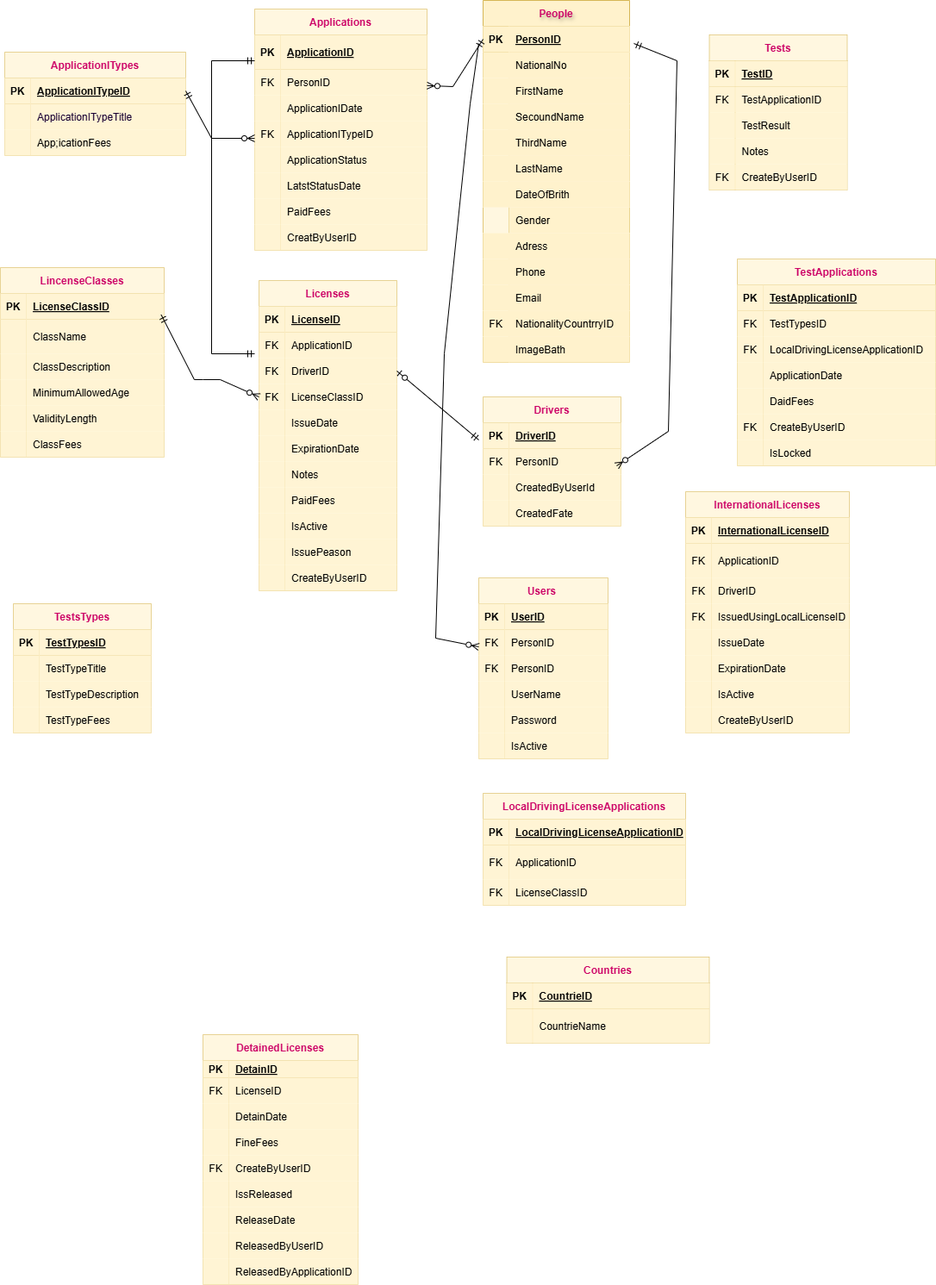
This is Untitled Diagram.drawio.png from azizadiab/Driving-License-Department, a draw.io export, as it was before one commit. Source tidied: cells renumbered, new cells last; positions are measured from the earlier drawing's top-left corner, leaving out a move shared by most shapes.
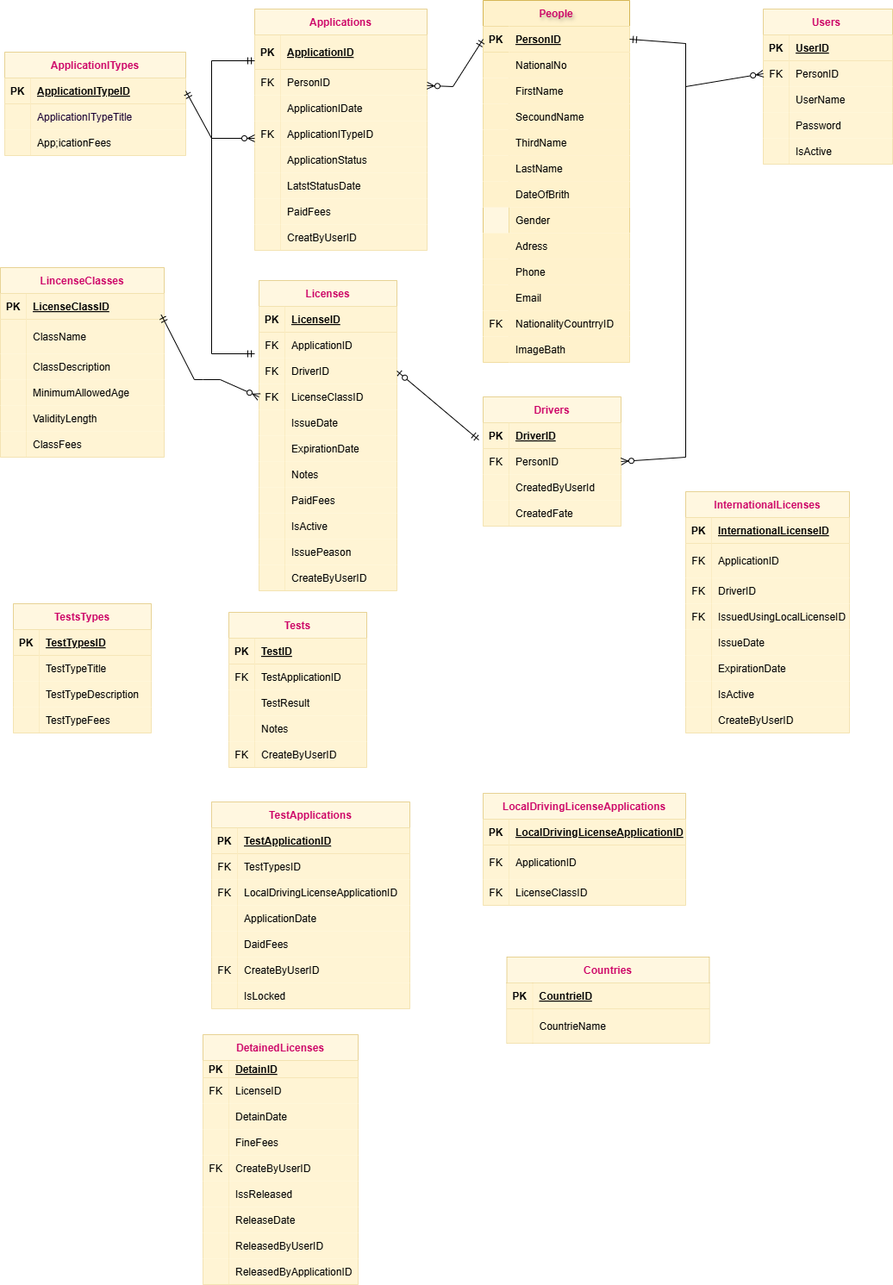
Above is the later version.

What changed in the source:
```diff
@@ -198,7 +198,7 @@
       <mxGeometry x="30" width="140" height="30" as="geometry" />
     </mxCell>
     <mxCell id="67" value="Users " style="shape=table;startSize=30;rowLines=0;fontStyle=1;align=center;opacity=60;fillColor=#fff2cc;strokeColor=#d6b656;fontColor=#CC0066;" parent="1" vertex="1">
-      <mxGeometry x="555" y="670" width="150" height="210" as="geometry" />
+      <mxGeometry x="885" y="10" width="150" height="180" as="geometry" />
     </mxCell>
     <mxCell id="68" style="shape=partialRectangle;fillColor=#fff2cc;top=0;left=0;right=0;bottom=1;opacity=60;strokeColor=#d6b656;" parent="67" vertex="1">
       <mxGeometry y="30" width="150" height="30" as="geometry" />
@@ -209,17 +209,8 @@
     <mxCell id="70" value="UserID" style="shape=partialRectangle;overflow=hidden;fillColor=#fff2cc;top=0;left=0;bottom=0;right=0;align=left;spacingLeft=6;fontStyle=5;opacity=60;strokeColor=#d6b656;" parent="68" vertex="1">
       <mxGeometry x="30" width="120" height="30" as="geometry" />
     </mxCell>
-    <mxCell id="71" style="shape=partialRectangle;fillColor=#fff2cc;top=0;left=0;right=0;bottom=0;opacity=60;strokeColor=#d6b656;" parent="67" vertex="1">
-      <mxGeometry y="60" width="150" height="30" as="geometry" />
-    </mxCell>
-    <mxCell id="72" value="FK" style="shape=partialRectangle;overflow=hidden;fillColor=#fff2cc;top=0;left=0;bottom=0;right=0;opacity=60;strokeColor=#d6b656;" parent="71" vertex="1">
-      <mxGeometry width="30" height="30" as="geometry" />
-    </mxCell>
-    <mxCell id="73" value="PersonID" style="shape=partialRectangle;overflow=hidden;fillColor=#fff2cc;top=0;left=0;bottom=0;right=0;align=left;spacingLeft=6;opacity=60;strokeColor=#d6b656;" parent="71" vertex="1">
-      <mxGeometry x="30" width="120" height="30" as="geometry" />
-    </mxCell>
     <mxCell id="74" style="shape=partialRectangle;fillColor=#fff2cc;points=[[0,0.5],[1,0.5]];portConstraint=eastwest;top=0;left=0;right=0;bottom=0;opacity=60;strokeColor=#d6b656;" parent="67" vertex="1">
-      <mxGeometry y="90" width="150" height="30" as="geometry" />
+      <mxGeometry y="60" width="150" height="30" as="geometry" />
     </mxCell>
     <mxCell id="75" value="FK" style="shape=partialRectangle;overflow=hidden;fillColor=#fff2cc;top=0;left=0;bottom=0;right=0;opacity=60;strokeColor=#d6b656;" parent="74" vertex="1">
       <mxGeometry width="30" height="30" as="geometry" />
@@ -228,7 +219,7 @@
       <mxGeometry x="30" width="120" height="30" as="geometry" />
     </mxCell>
     <mxCell id="77" style="shape=partialRectangle;fillColor=#fff2cc;top=0;left=0;right=0;bottom=0;opacity=60;strokeColor=#d6b656;" parent="67" vertex="1">
-      <mxGeometry y="120" width="150" height="30" as="geometry" />
+      <mxGeometry y="90" width="150" height="30" as="geometry" />
     </mxCell>
     <mxCell id="78" style="shape=partialRectangle;overflow=hidden;fillColor=#fff2cc;top=0;left=0;bottom=0;right=0;opacity=60;strokeColor=#d6b656;" parent="77" vertex="1">
       <mxGeometry width="30" height="30" as="geometry" />
@@ -237,7 +228,7 @@
       <mxGeometry x="30" width="120" height="30" as="geometry" />
     </mxCell>
     <mxCell id="80" style="shape=partialRectangle;fillColor=#fff2cc;top=0;left=0;right=0;bottom=0;opacity=60;strokeColor=#d6b656;" parent="67" vertex="1">
-      <mxGeometry y="150" width="150" height="30" as="geometry" />
+      <mxGeometry y="120" width="150" height="30" as="geometry" />
     </mxCell>
     <mxCell id="81" style="shape=partialRectangle;overflow=hidden;fillColor=#fff2cc;top=0;left=0;bottom=0;right=0;opacity=60;strokeColor=#d6b656;" parent="80" vertex="1">
       <mxGeometry width="30" height="30" as="geometry" />
@@ -246,7 +237,7 @@
       <mxGeometry x="30" width="120" height="30" as="geometry" />
     </mxCell>
     <mxCell id="83" style="shape=partialRectangle;fillColor=#fff2cc;top=0;left=0;right=0;bottom=0;opacity=60;strokeColor=#d6b656;" parent="67" vertex="1">
-      <mxGeometry y="180" width="150" height="30" as="geometry" />
+      <mxGeometry y="150" width="150" height="30" as="geometry" />
     </mxCell>
     <mxCell id="84" style="shape=partialRectangle;overflow=hidden;fillColor=#fff2cc;top=0;left=0;bottom=0;right=0;opacity=60;strokeColor=#d6b656;" parent="83" vertex="1">
       <mxGeometry width="30" height="30" as="geometry" />
@@ -324,7 +315,7 @@
       <mxGeometry x="30" width="130" height="30" as="geometry" />
     </mxCell>
     <mxCell id="109" value="TestApplications" style="shape=table;startSize=30;rowLines=0;fontStyle=1;align=center;opacity=60;fillColor=#fff2cc;strokeColor=#d6b656;fontColor=#CC0066;" parent="1" vertex="1">
-      <mxGeometry x="855" y="300" width="230" height="240" as="geometry" />
+      <mxGeometry x="245" y="930" width="230" height="240" as="geometry" />
     </mxCell>
     <mxCell id="110" style="shape=partialRectangle;fillColor=#fff2cc;top=0;left=0;right=0;bottom=1;opacity=60;strokeColor=#d6b656;" parent="109" vertex="1">
       <mxGeometry y="30" width="230" height="30" as="geometry" />
@@ -777,7 +768,7 @@
       <mxGeometry x="30" width="160" height="30" as="geometry" />
     </mxCell>
     <mxCell id="260" value="Tests" style="shape=table;startSize=30;rowLines=0;fontStyle=1;align=center;opacity=60;fillColor=#fff2cc;strokeColor=#d6b656;fontColor=#CC0066;" parent="1" vertex="1">
-      <mxGeometry x="822.5" y="40" width="160" height="180" as="geometry" />
+      <mxGeometry x="265" y="710" width="160" height="180" as="geometry" />
     </mxCell>
     <mxCell id="261" style="shape=partialRectangle;fillColor=#fff2cc;top=0;left=0;right=0;bottom=1;opacity=60;strokeColor=#d6b656;" parent="260" vertex="1">
       <mxGeometry y="30" width="160" height="30" as="geometry" />
@@ -884,26 +875,21 @@
         <mxPoint x="555" y="510" as="targetPoint" />
       </mxGeometry>
     </mxCell>
-    <mxCell id="288" style="endArrow=ERmandOne;html=1;rounded=0;endFill=0;startArrow=ERzeroToMany;startFill=0;" parent="1" edge="1">
+    <mxCell id="288" style="endArrow=ERmandOne;html=1;rounded=0;endFill=0;startArrow=ERzeroToMany;startFill=0;entryX=1;entryY=0.5;entryDx=0;entryDy=0;exitX=1;exitY=0.5;exitDx=0;exitDy=0;" parent="1" edge="1" source="182" target="28">
       <mxGeometry relative="1" as="geometry">
-        <mxPoint x="715" y="540" as="sourcePoint" />
-        <mxPoint x="735" y="50" as="targetPoint" />
         <Array as="points">
-          <mxPoint x="775" y="500" />
-          <mxPoint x="785" y="70" />
+          <mxPoint x="795" y="530" />
+          <mxPoint x="795" y="50" />
         </Array>
       </mxGeometry>
     </mxCell>
-    <mxCell id="289" style="endArrow=ERzeroToMany;html=1;rounded=0;endFill=0;" parent="1" edge="1">
-      <mxGeometry relative="1" as="geometry">
-        <mxPoint x="555" y="50" as="sourcePoint" />
-        <mxPoint x="555" y="750" as="targetPoint" />
-        <Array as="points">
-          <mxPoint x="545" y="120" />
-          <mxPoint x="515" y="410" />
-          <mxPoint x="505" y="740" />
-        </Array>
-      </mxGeometry>
-    </mxCell>
+    <mxCell id="290" style="endArrow=ERzeroToMany;html=1;rounded=0;endFill=0;entryX=0;entryY=0.5;entryDx=0;entryDy=0;" parent="1" edge="1" target="74">
+      <mxGeometry relative="1" as="geometry">
+        <mxPoint x="795" y="50" as="sourcePoint" />
+        <Array as="points">
+          <mxPoint x="795" y="100" />
+        </Array>
+      </mxGeometry>
+    </mxCell>
   </root>
 </mxGraphModel>
```
